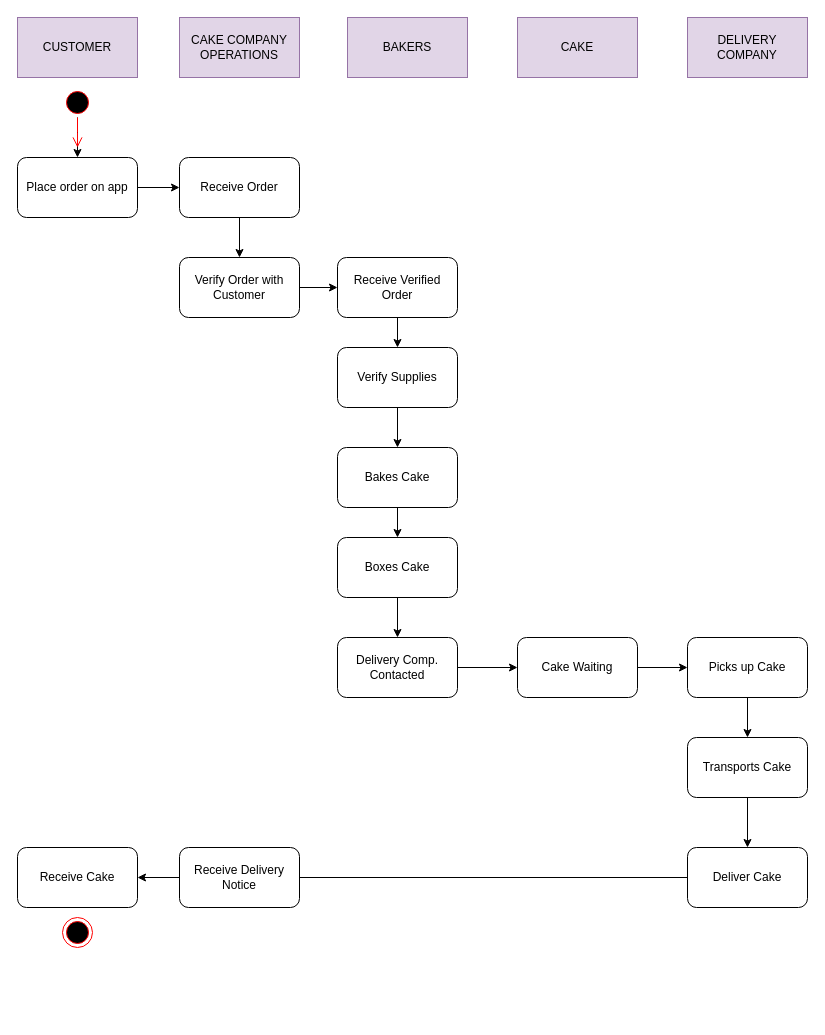
ligipop/PlanningSolutions keeps this draw.io diagram as planning/Cake Delivery Activity Diag.drawio. Above is the earlier version. Source tidied: cells renumbered, new cells numbered last; positions are measured from the earlier drawing's top-left corner, leaving out a move shared by most shapes. Both pictures are drawn from the tidied source at 100%, with x=0, y=0 at pixel (17, 17).
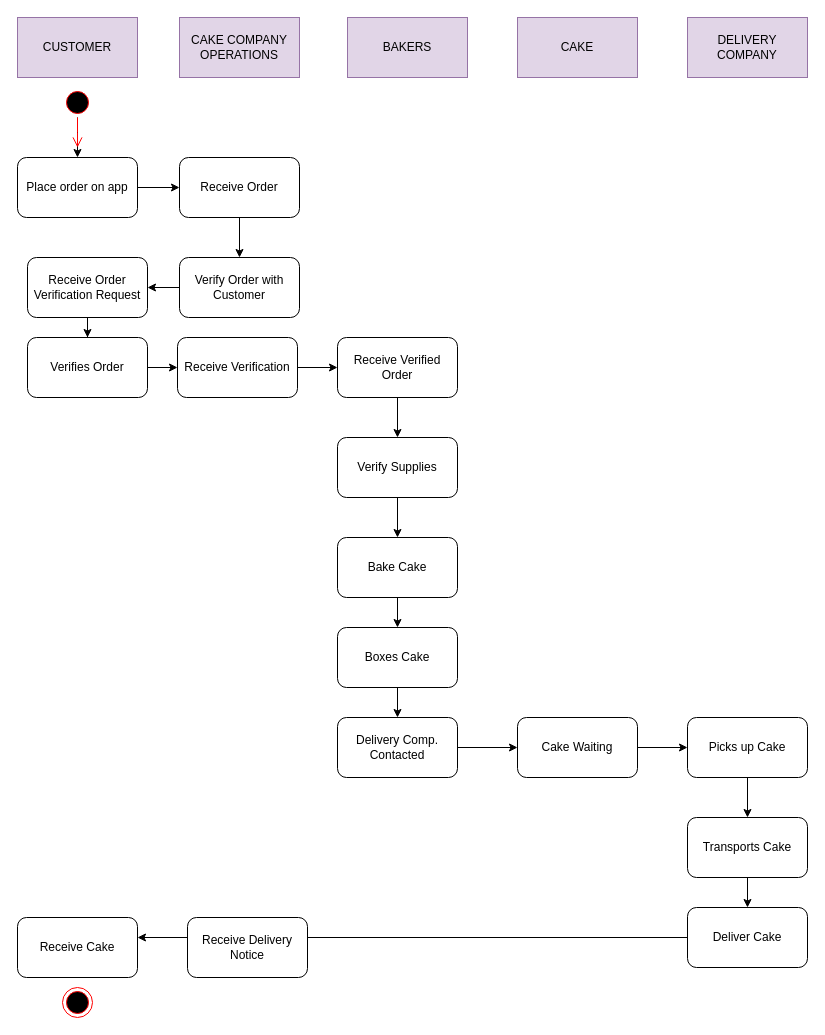
Above is the later version.

Commit message:
Update Cake Delivery Activity Diag2.drawio

The change refers to these unchanged cells:
```xml
<mxCell id="15" value="&lt;div&gt;Verify Order with&lt;/div&gt;&lt;div&gt;Customer&lt;br&gt;&lt;/div&gt;" style="rounded=1;whiteSpace=wrap;html=1;" parent="1" vertex="1">
  <mxGeometry x="162" y="240" width="120" height="60" as="geometry" />
</mxCell>
```

The edit, as a diff of the source:
```diff
@@
-    <mxCell id="14" style="edgeStyle=orthogonalEdgeStyle;rounded=0;jettySize=auto;html=1;" parent="1" edge="1" source="15" target="17">
-      <mxGeometry relative="1" as="geometry" />
-    </mxCell>
+    <mxCell id="37" style="edgeStyle=orthogonalEdgeStyle;rounded=0;jettySize=auto;html=1;" parent="1" edge="1" source="15" target="39">
+      <mxGeometry relative="1" as="geometry" />
+    </mxCell>
@@
     <mxCell id="17" value="&lt;div&gt;Receive Verified&lt;/div&gt;&lt;div&gt;Order&lt;br&gt;&lt;/div&gt;" style="rounded=1;whiteSpace=wrap;html=1;" parent="1" vertex="1">
-      <mxGeometry x="320" y="240" width="120" height="60" as="geometry" />
+      <mxGeometry x="320" y="320" width="120" height="60" as="geometry" />
     </mxCell>
@@
     <mxCell id="19" value="Verify Supplies" style="rounded=1;whiteSpace=wrap;html=1;" parent="1" vertex="1">
-      <mxGeometry x="320" y="330" width="120" height="60" as="geometry" />
+      <mxGeometry x="320" y="420" width="120" height="60" as="geometry" />
     </mxCell>
@@
-    <mxCell id="21" value="Bakes Cake" style="rounded=1;whiteSpace=wrap;html=1;" parent="1" vertex="1">
-      <mxGeometry x="320" y="430" width="120" height="60" as="geometry" />
+    <mxCell id="21" value="Bake Cake" style="rounded=1;whiteSpace=wrap;html=1;" parent="1" vertex="1">
+      <mxGeometry x="320" y="520" width="120" height="60" as="geometry" />
     </mxCell>
@@
     <mxCell id="23" value="Boxes Cake" style="rounded=1;whiteSpace=wrap;html=1;" parent="1" vertex="1">
-      <mxGeometry x="320" y="520" width="120" height="60" as="geometry" />
+      <mxGeometry x="320" y="610" width="120" height="60" as="geometry" />
     </mxCell>
@@
     <mxCell id="25" value="&lt;div&gt;Delivery Comp.&lt;/div&gt;&lt;div&gt;Contacted&lt;br&gt;&lt;/div&gt;" style="rounded=1;whiteSpace=wrap;html=1;" parent="1" vertex="1">
-      <mxGeometry x="320" y="620" width="120" height="60" as="geometry" />
+      <mxGeometry x="320" y="700" width="120" height="60" as="geometry" />
     </mxCell>
@@
     <mxCell id="27" value="Cake Waiting" style="rounded=1;whiteSpace=wrap;html=1;" parent="1" vertex="1">
-      <mxGeometry x="500" y="620" width="120" height="60" as="geometry" />
+      <mxGeometry x="500" y="700" width="120" height="60" as="geometry" />
     </mxCell>
@@
     <mxCell id="29" value="Picks up Cake" style="rounded=1;whiteSpace=wrap;html=1;" parent="1" vertex="1">
-      <mxGeometry x="670" y="620" width="120" height="60" as="geometry" />
+      <mxGeometry x="670" y="700" width="120" height="60" as="geometry" />
     </mxCell>
@@
     <mxCell id="31" value="Transports Cake" style="rounded=1;whiteSpace=wrap;html=1;" parent="1" vertex="1">
-      <mxGeometry x="670" y="720" width="120" height="60" as="geometry" />
+      <mxGeometry x="670" y="800" width="120" height="60" as="geometry" />
     </mxCell>
     <mxCell id="32" style="edgeStyle=orthogonalEdgeStyle;rounded=0;jettySize=auto;html=1;" parent="1" edge="1" source="33" target="34">
-      <mxGeometry relative="1" as="geometry" />
+      <mxGeometry relative="1" as="geometry">
+        <Array as="points">
+          <mxPoint x="730" y="930" />
+        </Array>
+      </mxGeometry>
     </mxCell>
     <mxCell id="33" value="Deliver Cake" style="rounded=1;whiteSpace=wrap;html=1;" parent="1" vertex="1">
-      <mxGeometry x="670" y="830" width="120" height="60" as="geometry" />
+      <mxGeometry x="670" y="890" width="120" height="60" as="geometry" />
     </mxCell>
     <mxCell id="34" value="Receive Cake" style="rounded=1;whiteSpace=wrap;html=1;" parent="1" vertex="1">
-      <mxGeometry y="830" width="120" height="60" as="geometry" />
+      <mxGeometry y="900" width="120" height="60" as="geometry" />
     </mxCell>
     <mxCell id="35" value="&lt;div&gt;Receive Delivery&lt;/div&gt;&lt;div&gt;Notice&lt;br&gt;&lt;/div&gt;" style="rounded=1;whiteSpace=wrap;html=1;" parent="1" vertex="1">
-      <mxGeometry x="162" y="830" width="120" height="60" as="geometry" />
+      <mxGeometry x="170" y="900" width="120" height="60" as="geometry" />
     </mxCell>
     <mxCell id="36" style="ellipse;html=1;shape=endState;fillColor=#000000;strokeColor=#ff0000;" parent="1" vertex="1">
-      <mxGeometry x="45" y="900" width="30" height="30" as="geometry" />
+      <mxGeometry x="45" y="970" width="30" height="30" as="geometry" />
     </mxCell>
+    <mxCell id="38" style="edgeStyle=orthogonalEdgeStyle;rounded=0;jettySize=auto;html=1;" parent="1" edge="1" source="39" target="41">
+      <mxGeometry relative="1" as="geometry" />
+    </mxCell>
+    <mxCell id="39" value="Receive Order Verification Request" style="rounded=1;whiteSpace=wrap;html=1;" parent="1" vertex="1">
+      <mxGeometry x="10" y="240" width="120" height="60" as="geometry" />
+    </mxCell>
+    <mxCell id="40" style="edgeStyle=orthogonalEdgeStyle;rounded=0;jettySize=auto;html=1;" parent="1" edge="1" source="41" target="43">
+      <mxGeometry relative="1" as="geometry" />
+    </mxCell>
+    <mxCell id="41" value="Verifies Order" style="rounded=1;whiteSpace=wrap;html=1;" parent="1" vertex="1">
+      <mxGeometry x="10" y="320" width="120" height="60" as="geometry" />
+    </mxCell>
+    <mxCell id="42" style="edgeStyle=orthogonalEdgeStyle;rounded=0;jettySize=auto;html=1;" parent="1" edge="1" source="43" target="17">
+      <mxGeometry relative="1" as="geometry" />
+    </mxCell>
+    <mxCell id="43" value="Receive Verification" style="rounded=1;whiteSpace=wrap;html=1;" parent="1" vertex="1">
+      <mxGeometry x="160" y="320" width="120" height="60" as="geometry" />
+    </mxCell>
```
